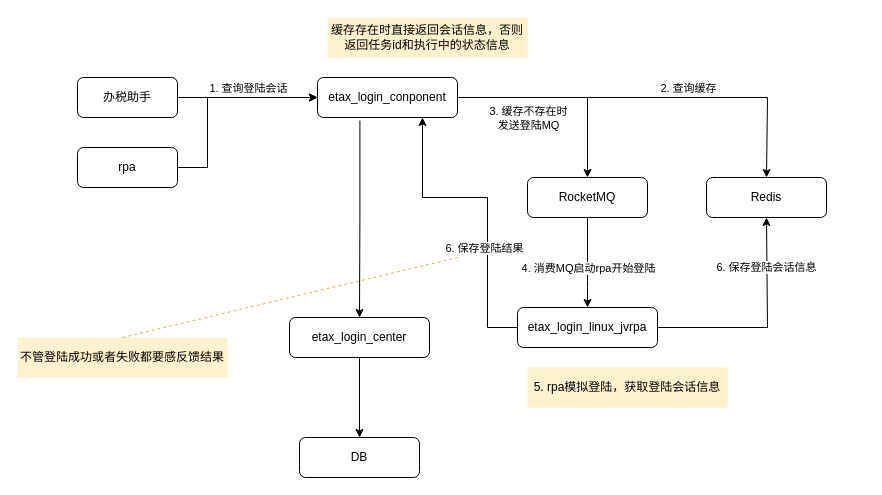
This is 自研RPA登陆.drawio from xingzhihe/hello-world, a draw.io file, before an edit. Source tidied: cells renumbered, new cells numbered last; positions are measured from the earlier drawing's top-left corner, leaving out a move shared by most shapes. Both pictures are drawn from the tidied source at 100%, with x=0, y=0 at pixel (17, 17).
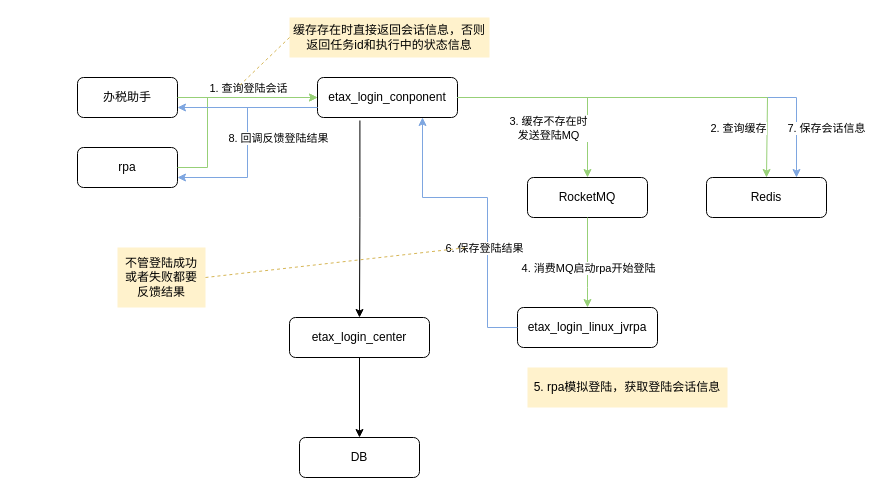
The same page after the edit.

Commit message:
更新自研RPA登陆.drawio

Unchanged cells that the change refers to:
```xml
<mxCell id="3" value="etax_login_conponent&lt;br&gt;" style="rounded=1;whiteSpace=wrap;html=1;" parent="1" vertex="1">
  <mxGeometry x="300" y="60" width="140" height="40" as="geometry" />
</mxCell>
<mxCell id="6" value="etax_login_linux_jvrpa" style="rounded=1;whiteSpace=wrap;html=1;" parent="1" vertex="1">
  <mxGeometry x="500" y="290" width="140" height="40" as="geometry" />
</mxCell>
<mxCell id="7" value="RocketMQ" style="rounded=1;whiteSpace=wrap;html=1;" parent="1" vertex="1">
  <mxGeometry x="510" y="160" width="120" height="40" as="geometry" />
</mxCell>
<mxCell id="8" value="Redis" style="rounded=1;whiteSpace=wrap;html=1;" parent="1" vertex="1">
  <mxGeometry x="689" y="160" width="120" height="40" as="geometry" />
</mxCell>
<mxCell id="20" value="办税助手" style="rounded=1;whiteSpace=wrap;html=1;" parent="1" vertex="1">
  <mxGeometry x="60" y="60" width="100" height="40" as="geometry" />
</mxCell>
<mxCell id="21" value="rpa" style="rounded=1;whiteSpace=wrap;html=1;" parent="1" vertex="1">
  <mxGeometry x="60" y="130" width="100" height="40" as="geometry" />
</mxCell>
```

What changed in the source:
```diff
@@
-    <mxCell id="10" style="edgeStyle=orthogonalEdgeStyle;rounded=0;jettySize=auto;html=1;exitX=1;exitY=0.5;exitDx=0;exitDy=0;entryX=0.5;entryY=0;entryDx=0;entryDy=0;" parent="1" edge="1" source="3" target="7">
+    <mxCell id="10" style="edgeStyle=orthogonalEdgeStyle;rounded=0;jettySize=auto;html=1;exitX=1;exitY=0.5;exitDx=0;exitDy=0;entryX=0.5;entryY=0;entryDx=0;entryDy=0;strokeColor=#97D077;" parent="1" edge="1" source="3" target="7">
       <mxGeometry relative="1" as="geometry">
         <Array as="points">
           <mxPoint x="570" y="80" />
         </Array>
       </mxGeometry>
     </mxCell>
-    <mxCell id="11" style="edgeStyle=orthogonalEdgeStyle;rounded=0;jettySize=auto;html=1;exitX=0.5;exitY=1;exitDx=0;exitDy=0;entryX=0.5;entryY=0;entryDx=0;entryDy=0;" parent="1" edge="1" source="7" target="6">
+    <mxCell id="11" style="edgeStyle=orthogonalEdgeStyle;rounded=0;jettySize=auto;html=1;exitX=0.5;exitY=1;exitDx=0;exitDy=0;entryX=0.5;entryY=0;entryDx=0;entryDy=0;strokeColor=#97D077;" parent="1" edge="1" source="7" target="6">
       <mxGeometry relative="1" as="geometry">
         <Array as="points">
           <mxPoint x="570" y="270" />
           <mxPoint x="570" y="270" />
         </Array>
       </mxGeometry>
     </mxCell>
@@
-    <mxCell id="13" style="edgeStyle=orthogonalEdgeStyle;rounded=0;jettySize=auto;html=1;entryX=0.5;entryY=1;entryDx=0;entryDy=0;exitX=1;exitY=0.5;exitDx=0;exitDy=0;" parent="1" edge="1" source="6" target="8">
+    <mxCell id="13" style="edgeStyle=orthogonalEdgeStyle;rounded=0;jettySize=auto;html=1;exitX=1;exitY=0.5;exitDx=0;exitDy=0;strokeColor=#7EA6E0;" parent="1" edge="1" source="3" target="8">
       <mxGeometry relative="1" as="geometry">
         <Array as="points">
-          <mxPoint x="750" y="310" />
-          <mxPoint x="750" y="200" />
+          <mxPoint x="779" y="80" />
         </Array>
       </mxGeometry>
     </mxCell>
-    <mxCell id="14" value="6. 保存登陆会话信息" style="edgeLabel;html=1;align=center;verticalAlign=middle;" parent="13" vertex="1">
+    <mxCell id="14" value="7. 保存会话信息" style="edgeLabel;html=1;align=center;verticalAlign=middle;" parent="13" vertex="1">
       <mxGeometry x="0.39" y="-2" relative="1" as="geometry">
-        <mxPoint x="-3" y="-17" as="offset" />
+        <mxPoint x="77" y="28" as="offset" />
       </mxGeometry>
     </mxCell>
-    <mxCell id="15" style="edgeStyle=orthogonalEdgeStyle;rounded=0;jettySize=auto;html=1;exitX=1;exitY=0.5;exitDx=0;exitDy=0;entryX=0.5;entryY=0;entryDx=0;entryDy=0;" parent="1" edge="1" source="3" target="8">
+    <mxCell id="15" style="edgeStyle=orthogonalEdgeStyle;rounded=0;jettySize=auto;html=1;exitX=1;exitY=0.5;exitDx=0;exitDy=0;entryX=0.5;entryY=0;entryDx=0;entryDy=0;strokeColor=#97D077;" parent="1" edge="1" source="3" target="8">
       <mxGeometry relative="1" as="geometry">
         <Array as="points">
           <mxPoint x="750" y="80" />
           <mxPoint x="750" y="160" />
         </Array>
       </mxGeometry>
     </mxCell>
     <mxCell id="16" value="3. 缓存不存在时&lt;br&gt;发送登陆MQ" style="edgeLabel;html=1;align=center;verticalAlign=middle;" parent="15" vertex="1">
       <mxGeometry x="-0.6" y="1" relative="1" as="geometry">
-        <mxPoint x="-8" y="21" as="offset" />
+        <mxPoint x="12" y="31" as="offset" />
       </mxGeometry>
     </mxCell>
     <mxCell id="17" value="2. 查询缓存" style="edgeLabel;html=1;align=center;verticalAlign=middle;" parent="15" vertex="1">
       <mxGeometry x="0.18" y="2" relative="1" as="geometry">
-        <mxPoint y="-8" as="offset" />
+        <mxPoint x="50" y="32" as="offset" />
       </mxGeometry>
     </mxCell>
-    <mxCell id="18" style="edgeStyle=orthogonalEdgeStyle;rounded=0;jettySize=auto;html=1;entryX=0.75;entryY=1;entryDx=0;entryDy=0;exitX=0;exitY=0.5;exitDx=0;exitDy=0;" parent="1" edge="1" source="6" target="3">
+    <mxCell id="18" style="edgeStyle=orthogonalEdgeStyle;rounded=0;jettySize=auto;html=1;entryX=0.75;entryY=1;entryDx=0;entryDy=0;exitX=0;exitY=0.5;exitDx=0;exitDy=0;strokeColor=#7EA6E0;" parent="1" edge="1" source="6" target="3">
       <mxGeometry relative="1" as="geometry">
         <Array as="points">
           <mxPoint x="470" y="310" />
           <mxPoint x="470" y="180" />
           <mxPoint x="405" y="180" />
         </Array>
       </mxGeometry>
     </mxCell>
@@
-    <mxCell id="22" style="edgeStyle=orthogonalEdgeStyle;rounded=0;jettySize=auto;html=1;exitX=1;exitY=0.5;exitDx=0;exitDy=0;entryX=0;entryY=0.5;entryDx=0;entryDy=0;" parent="1" edge="1" source="20" target="3">
+    <mxCell id="22" style="edgeStyle=orthogonalEdgeStyle;rounded=0;jettySize=auto;html=1;exitX=1;exitY=0.5;exitDx=0;exitDy=0;entryX=0;entryY=0.5;entryDx=0;entryDy=0;strokeColor=#97D077;" parent="1" edge="1" source="20" target="3">
       <mxGeometry relative="1" as="geometry" />
     </mxCell>
@@
-    <mxCell id="24" style="edgeStyle=orthogonalEdgeStyle;rounded=0;jettySize=auto;html=1;exitX=1;exitY=0.5;exitDx=0;exitDy=0;entryX=0;entryY=0.5;entryDx=0;entryDy=0;" parent="1" edge="1" source="21" target="3">
+    <mxCell id="24" style="edgeStyle=orthogonalEdgeStyle;rounded=0;jettySize=auto;html=1;exitX=1;exitY=0.5;exitDx=0;exitDy=0;entryX=0;entryY=0.5;entryDx=0;entryDy=0;strokeColor=#97D077;" parent="1" edge="1" source="21" target="3">
       <mxGeometry relative="1" as="geometry">
         <Array as="points">
           <mxPoint x="190" y="150" />
           <mxPoint x="190" y="80" />
         </Array>
       </mxGeometry>
     </mxCell>
     <mxCell id="25" value="缓存存在时直接返回会话信息，否则返回任务id和执行中的状态信息" style="text;html=1;strokeColor=none;fillColor=#fff2cc;align=center;verticalAlign=middle;whiteSpace=wrap;rounded=0;" parent="1" vertex="1">
-      <mxGeometry x="310" width="200" height="40" as="geometry" />
+      <mxGeometry x="272" width="200" height="40" as="geometry" />
     </mxCell>
@@
-    <mxCell id="27" value="不管登陆成功或者失败都要感反馈结果" style="text;html=1;strokeColor=none;fillColor=#fff2cc;align=center;verticalAlign=middle;whiteSpace=wrap;rounded=0;" parent="1" vertex="1">
-      <mxGeometry y="320" width="210" height="40" as="geometry" />
+    <mxCell id="27" value="不管登陆成功&lt;br&gt;或者失败都要&lt;br&gt;反馈结果" style="text;html=1;strokeColor=none;fillColor=#fff2cc;align=center;verticalAlign=middle;whiteSpace=wrap;rounded=0;" parent="1" vertex="1">
+      <mxGeometry x="100" y="230" width="88" height="60" as="geometry" />
     </mxCell>
-    <mxCell id="28" style="endArrow=none;dashed=1;html=1;rounded=0;strokeColor=#d6b656;fillColor=#fff2cc;exitX=0.5;exitY=0;exitDx=0;exitDy=0;" parent="1" edge="1" source="27">
+    <mxCell id="28" style="endArrow=none;dashed=1;html=1;rounded=0;strokeColor=#d6b656;fillColor=#fff2cc;exitX=0;exitY=0.5;exitDx=0;exitDy=0;" parent="1" edge="1" source="25">
       <mxGeometry relative="1" as="geometry">
-        <mxPoint x="440" y="240" as="targetPoint" />
+        <mxPoint x="220" y="70" as="targetPoint" />
       </mxGeometry>
     </mxCell>
+    <mxCell id="29" style="edgeStyle=orthogonalEdgeStyle;rounded=0;jettySize=auto;html=1;exitX=0;exitY=0.75;exitDx=0;exitDy=0;entryX=1;entryY=0.75;entryDx=0;entryDy=0;strokeColor=#7EA6E0;" parent="1" edge="1" source="3" target="21">
+      <mxGeometry relative="1" as="geometry" />
+    </mxCell>
+    <mxCell id="30" value="8. 回调反馈登陆结果" style="edgeLabel;html=1;align=center;verticalAlign=middle;" parent="29" vertex="1">
+      <mxGeometry x="-0.12" relative="1" as="geometry">
+        <mxPoint x="30" y="8" as="offset" />
+      </mxGeometry>
+    </mxCell>
+    <mxCell id="31" style="edgeStyle=orthogonalEdgeStyle;rounded=0;jettySize=auto;html=1;exitX=0;exitY=0.75;exitDx=0;exitDy=0;entryX=1;entryY=0.75;entryDx=0;entryDy=0;strokeColor=#7EA6E0;" parent="1" edge="1" source="3" target="20">
+      <mxGeometry relative="1" as="geometry" />
+    </mxCell>
+    <mxCell id="32" style="endArrow=none;dashed=1;html=1;rounded=0;strokeColor=#d6b656;fillColor=#fff2cc;exitX=1;exitY=0.5;exitDx=0;exitDy=0;" parent="1" edge="1" source="27">
+      <mxGeometry relative="1" as="geometry">
+        <mxPoint x="450" y="230" as="targetPoint" />
+      </mxGeometry>
+    </mxCell>
```
